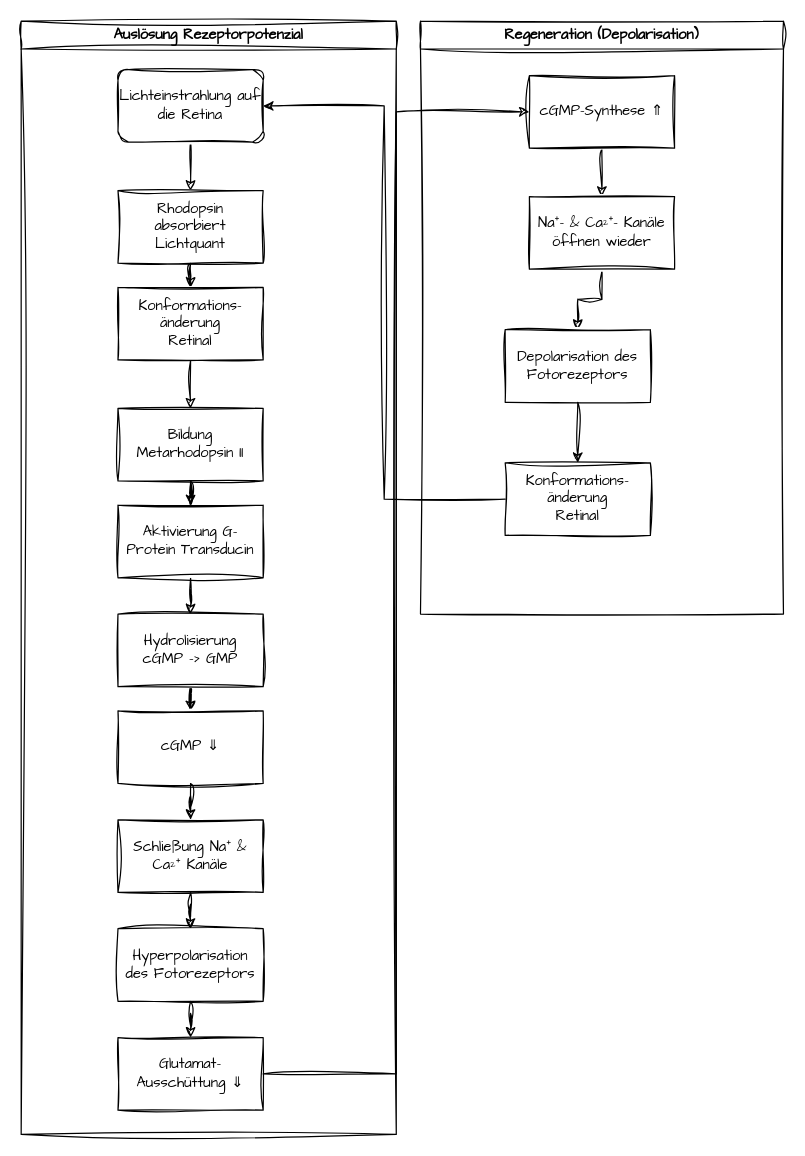
anghenfil/Medizinzeug keeps this draw.io diagram as Fotorezeptoren.drawio. Above is the earlier version. Source tidied: cells renumbered, new cells numbered last; positions are measured from the earlier drawing's top-left corner, leaving out a move shared by most shapes. Both pictures are drawn from the tidied source at 121%, with x=0, y=0 at pixel (21, 21).
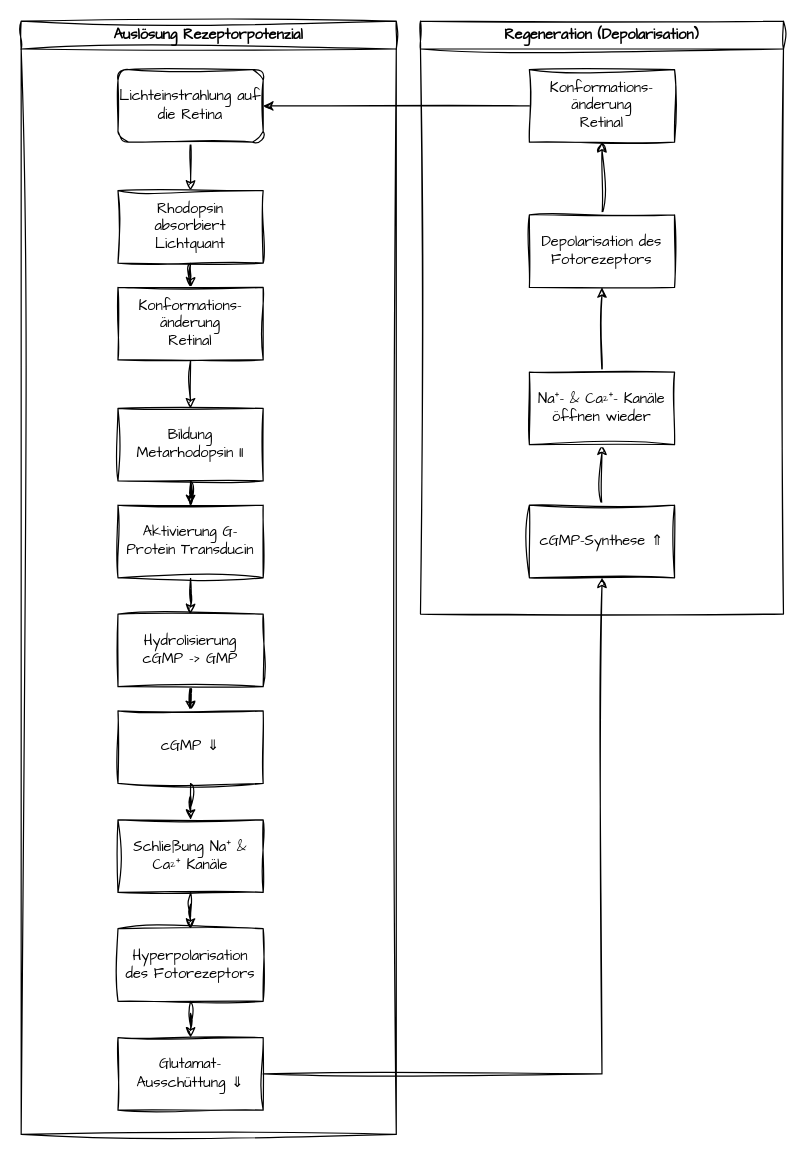
The same page after the edit.

The change refers to these unchanged cells:
```xml
<mxCell id="19" value="Glutamat-Ausschüttung ⇓" style="whiteSpace=wrap;html=1;sketch=1;hachureGap=4;jiggle=2;curveFitting=1;fontFamily=Architects Daughter;" parent="2" vertex="1">
  <mxGeometry x="80" y="840" width="120" height="60" as="geometry" />
</mxCell>
<mxCell id="22" value="Regeneration (Depolarisation)" style="swimlane;whiteSpace=wrap;html=1;sketch=1;hachureGap=4;jiggle=2;curveFitting=1;fontFamily=Architects Daughter;" parent="1" vertex="1">
  <mxGeometry x="330" width="300" height="490" as="geometry" />
</mxCell>
```

Change to the diagram source:
```diff
@@
     <mxCell id="24" value="cGMP-Synthese ⇑" style="whiteSpace=wrap;html=1;sketch=1;hachureGap=4;jiggle=2;curveFitting=1;fontFamily=Architects Daughter;" parent="22" vertex="1">
-      <mxGeometry x="90" y="45" width="120" height="60" as="geometry" />
+      <mxGeometry x="90" y="400" width="120" height="60" as="geometry" />
     </mxCell>
@@
     <mxCell id="26" value="Na⁺- &amp;amp; Ca²⁺- Kanäle öffnen wieder" style="whiteSpace=wrap;html=1;sketch=1;hachureGap=4;jiggle=2;curveFitting=1;fontFamily=Architects Daughter;" parent="22" vertex="1">
-      <mxGeometry x="90" y="145" width="120" height="60" as="geometry" />
+      <mxGeometry x="90" y="290" width="120" height="60" as="geometry" />
     </mxCell>
@@
     <mxCell id="28" value="Depolarisation des Fotorezeptors" style="whiteSpace=wrap;html=1;sketch=1;hachureGap=4;jiggle=2;curveFitting=1;fontFamily=Architects Daughter;" parent="22" vertex="1">
-      <mxGeometry x="70" y="255" width="120" height="60" as="geometry" />
+      <mxGeometry x="90" y="160" width="120" height="60" as="geometry" />
     </mxCell>
     <mxCell id="29" value="Konformations-änderung&lt;br&gt;Retinal" style="whiteSpace=wrap;html=1;sketch=1;hachureGap=4;jiggle=2;curveFitting=1;fontFamily=Architects Daughter;" parent="22" vertex="1">
-      <mxGeometry x="70" y="365" width="120" height="60" as="geometry" />
+      <mxGeometry x="90" y="40" width="120" height="60" as="geometry" />
     </mxCell>
-    <mxCell id="30" style="edgeStyle=orthogonalEdgeStyle;rounded=0;sketch=1;hachureGap=4;jiggle=2;curveFitting=1;jettySize=auto;html=1;entryX=0;entryY=0.5;entryDx=0;entryDy=0;fontFamily=Architects Daughter;" parent="1" edge="1" source="19" target="24">
-      <mxGeometry relative="1" as="geometry" />
+    <mxCell id="30" style="edgeStyle=orthogonalEdgeStyle;rounded=0;sketch=1;hachureGap=4;jiggle=2;curveFitting=1;jettySize=auto;html=1;entryX=0.5;entryY=1;entryDx=0;entryDy=0;fontFamily=Architects Daughter;" parent="1" edge="1" source="19" target="24">
+      <mxGeometry relative="1" as="geometry">
+        <Array as="points">
+          <mxPoint x="480" y="870" />
+        </Array>
+      </mxGeometry>
     </mxCell>
```
